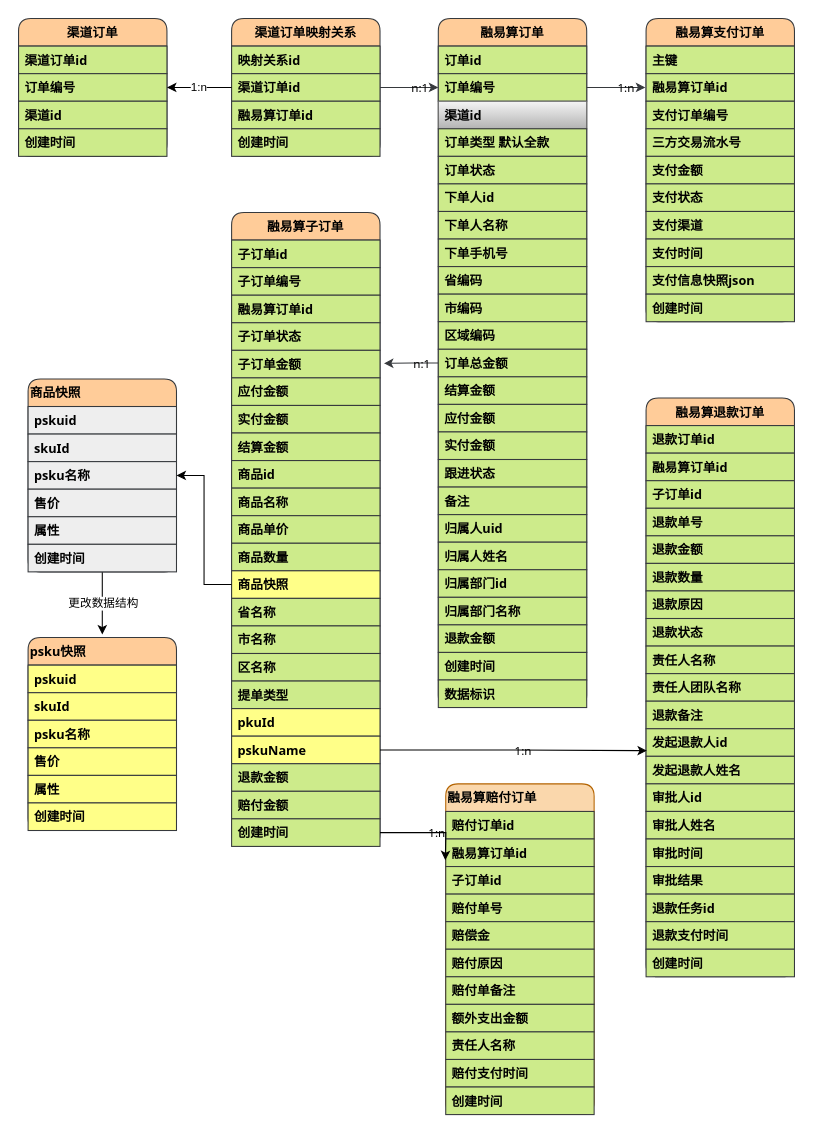
The draw.io diagram 鹊桥接入商品3.0数据模型.drawio in zhaoershuang/flow-chart, before the edit. Source tidied: cells renumbered, new cells numbered last; positions are measured from the earlier drawing's top-left corner, leaving out a move shared by most shapes. Both pictures are drawn from the tidied source at 106%, with x=0, y=0 at pixel (18, 18).
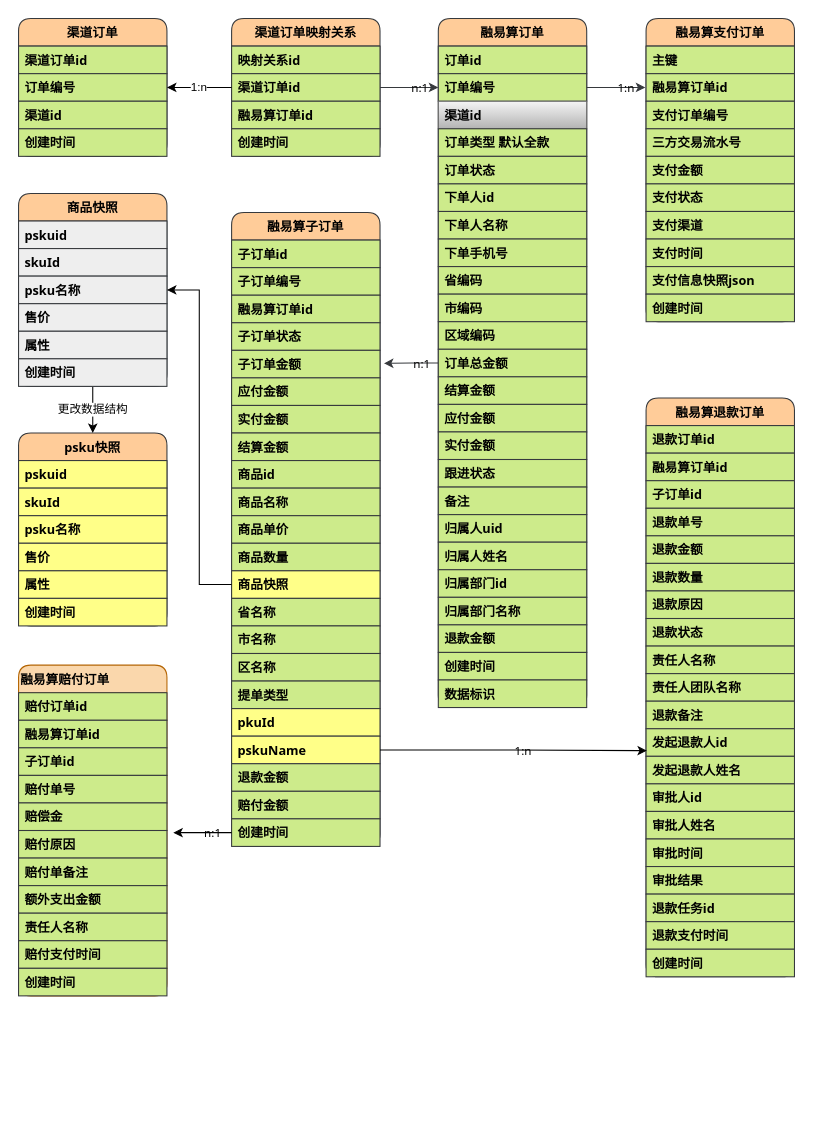
The same diagram, later.

Commit message (it also covers changes not shown here):
更新鹊桥接入商品3.0数据模型.drawio

Unchanged cells that the change refers to:
```xml
<mxCell id="61" value="创建时间" style="text;align=left;verticalAlign=top;spacingLeft=4;spacingRight=4;overflow=hidden;points=[[0,0.5],[1,0.5]];portConstraint=eastwest;fontStyle=1;fontFamily=Tahoma;fillColor=#cdeb8b;strokeColor=#36393d;labelBackgroundColor=none;labelBorderColor=none;shadow=0;" parent="39" vertex="1">
  <mxGeometry y="572" width="140" height="26" as="geometry" />
</mxCell>
```

What changed in the source:
```diff
@@
     <mxCell id="95" value="融易算赔付订单" style="swimlane;fontStyle=1;horizontal=1;startSize=26;rounded=1;fontFamily=Tahoma;fillColor=#fad7ac;strokeColor=#b46504;align=left;labelBackgroundColor=none;labelBorderColor=none;shadow=0;" parent="1" vertex="1">
-      <mxGeometry x="403" y="722" width="140" height="312" as="geometry" />
+      <mxGeometry y="610" width="140" height="312" as="geometry" />
     </mxCell>
@@
-    <mxCell id="108" value="1:n" style="edgeStyle=orthogonalEdgeStyle;rounded=0;jettySize=auto;html=0;shadow=0;labelBackgroundColor=none;fontFamily=Tahoma;align=left;" parent="1" edge="1" source="61">
+    <mxCell id="108" value="n:1" style="edgeStyle=orthogonalEdgeStyle;rounded=0;jettySize=auto;html=0;shadow=0;labelBackgroundColor=none;fontFamily=Tahoma;align=left;" parent="1" edge="1" source="61">
       <mxGeometry relative="1" as="geometry">
-        <mxPoint x="402.6" y="794" as="targetPoint" />
+        <mxPoint x="146" y="768" as="targetPoint" />
       </mxGeometry>
     </mxCell>
@@
-    <mxCell id="110" value="psku快照" style="swimlane;fontStyle=1;horizontal=1;startSize=26;rounded=1;fontFamily=Tahoma;fillColor=#ffcc99;strokeColor=#36393d;align=left;labelBackgroundColor=none;labelBorderColor=none;shadow=0;" parent="1" vertex="1">
-      <mxGeometry x="9" y="584" width="140" height="182" as="geometry" />
+    <mxCell id="110" value="psku快照" style="swimlane;fontStyle=1;horizontal=1;startSize=26;rounded=1;fontFamily=Tahoma;fillColor=#ffcc99;strokeColor=#36393d;align=center;labelBackgroundColor=none;labelBorderColor=none;shadow=0;" parent="1" vertex="1">
+      <mxGeometry y="391" width="140" height="182" as="geometry" />
     </mxCell>
@@
-    <mxCell id="117" value="更改数据结构" style="edgeStyle=orthogonalEdgeStyle;rounded=0;jettySize=auto;html=1;" parent="1" edge="1" source="118">
-      <mxGeometry relative="1" as="geometry">
-        <mxPoint x="79" y="581.1" as="targetPoint" />
-      </mxGeometry>
+    <mxCell id="117" value="更改数据结构" style="edgeStyle=orthogonalEdgeStyle;rounded=0;jettySize=auto;html=1;entryX=0.5;entryY=0;entryDx=0;entryDy=0;" parent="1" edge="1" source="118" target="110">
+      <mxGeometry relative="1" as="geometry" />
     </mxCell>
-    <mxCell id="118" value="商品快照" style="swimlane;fontStyle=1;horizontal=1;startSize=26;rounded=1;fontFamily=Tahoma;fillColor=#ffcc99;strokeColor=#36393d;align=left;labelBackgroundColor=none;labelBorderColor=none;shadow=0;" parent="1" vertex="1">
-      <mxGeometry x="9" y="340" width="140" height="182" as="geometry" />
+    <mxCell id="118" value="商品快照" style="swimlane;fontStyle=1;horizontal=1;startSize=26;rounded=1;fontFamily=Tahoma;fillColor=#ffcc99;strokeColor=#36393d;align=center;labelBackgroundColor=none;labelBorderColor=none;shadow=0;" parent="1" vertex="1">
+      <mxGeometry y="165" width="140" height="182" as="geometry" />
     </mxCell>
```
